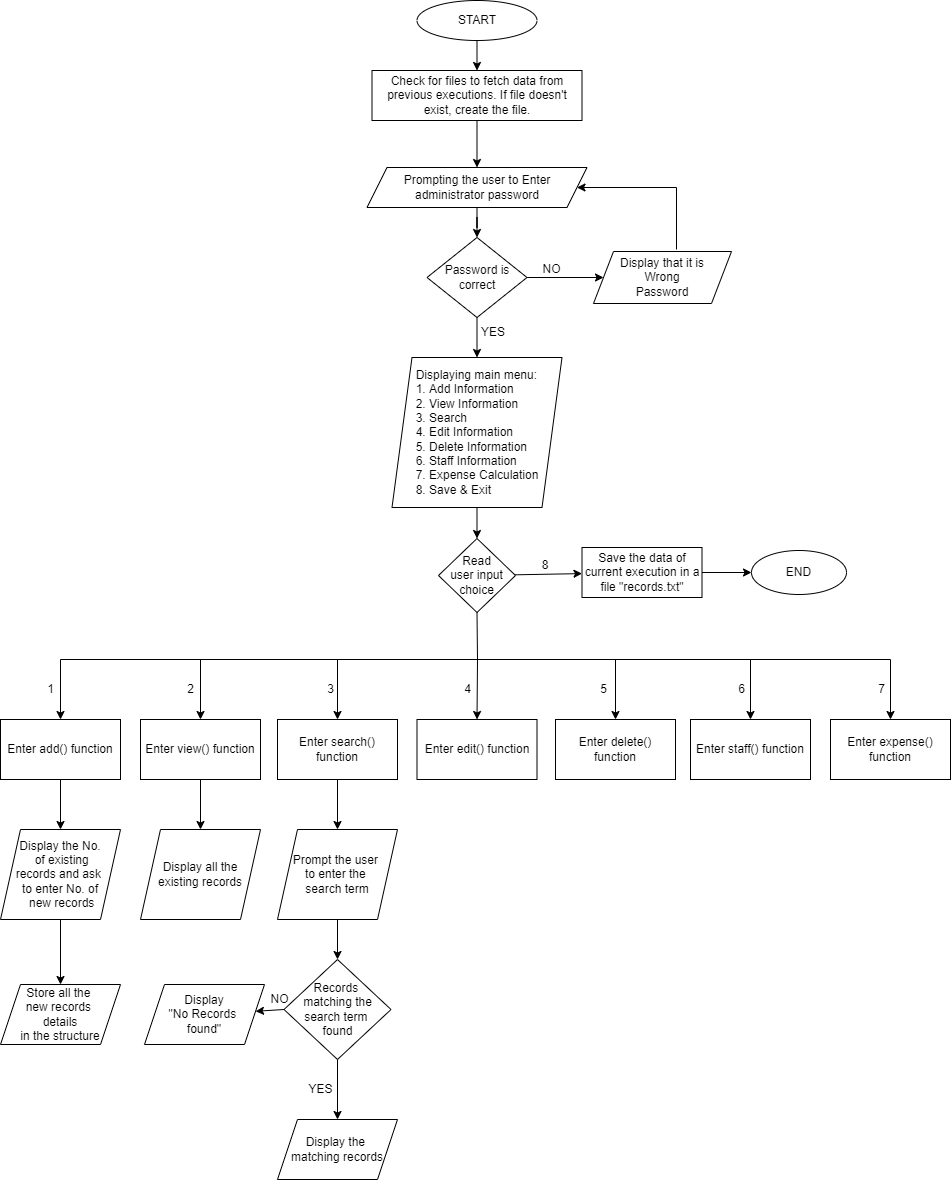
Above: Flowchart.png in adivishnu-a/Hospital-Management-System (draw.io), before the change. Source tidied: cells renumbered, new cells last; positions are measured from the earlier drawing's top-left corner, leaving out a move shared by most shapes.
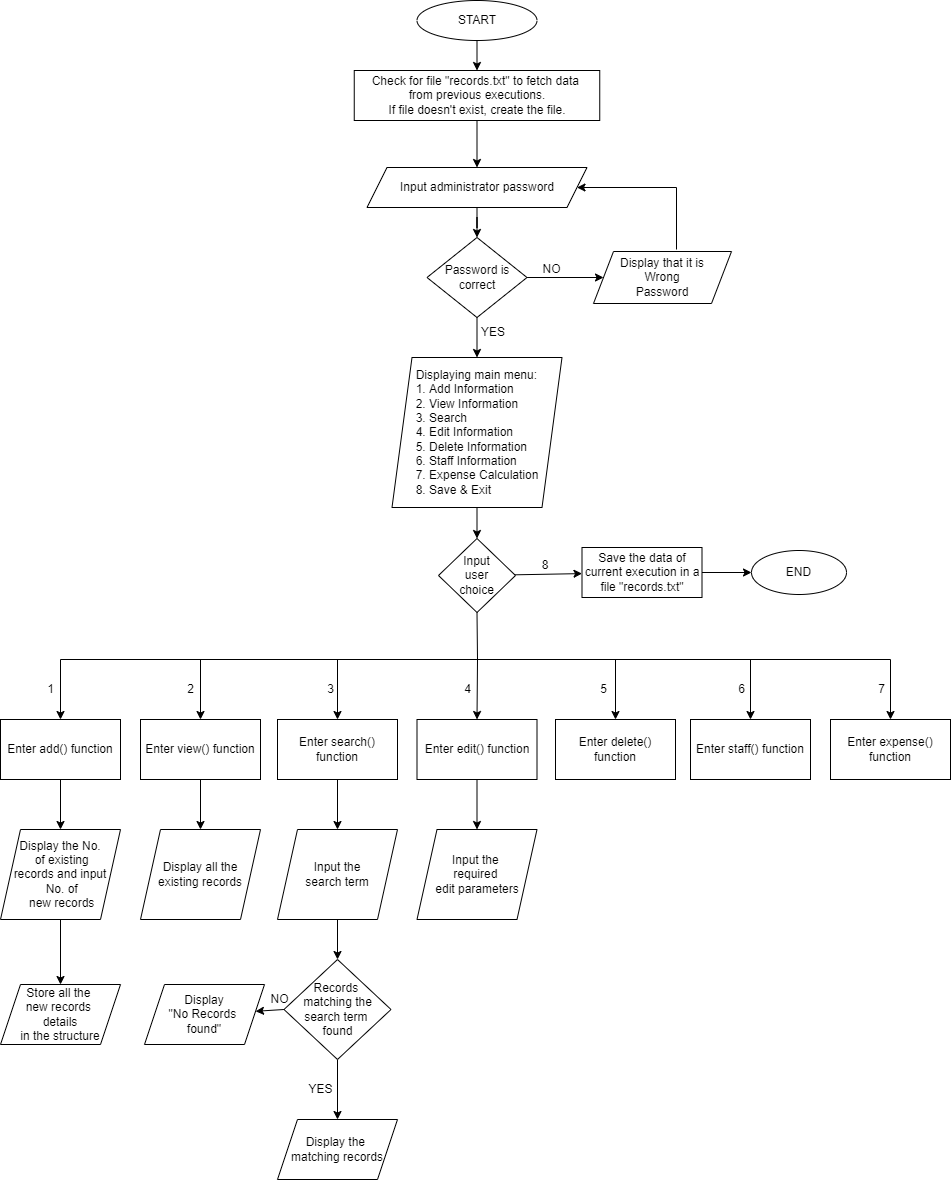
The same file after the commit.

Change to the diagram source:
```diff
@@ -11,7 +11,7 @@
     <mxCell id="4" style="edgeStyle=orthogonalEdgeStyle;rounded=0;jettySize=auto;html=1;" parent="1" edge="1" source="5" target="8">
       <mxGeometry relative="1" as="geometry" />
     </mxCell>
-    <mxCell id="5" value="Prompting the user to Enter administrator password" style="shape=parallelogram;perimeter=parallelogramPerimeter;whiteSpace=wrap;html=1;fixedSize=1;" parent="1" vertex="1">
+    <mxCell id="5" value="Input administrator password" style="shape=parallelogram;perimeter=parallelogramPerimeter;whiteSpace=wrap;html=1;fixedSize=1;" parent="1" vertex="1">
       <mxGeometry x="366.5" y="167" width="220" height="40" as="geometry" />
     </mxCell>
     <mxCell id="6" style="edgeStyle=orthogonalEdgeStyle;rounded=0;jettySize=auto;html=1;" parent="1" edge="1" source="8" target="10">
@@ -35,11 +35,11 @@
     <mxCell id="12" style="edgeStyle=none;rounded=0;jettySize=auto;html=1;" parent="1" edge="1" source="13" target="17">
       <mxGeometry relative="1" as="geometry" />
     </mxCell>
-    <mxCell id="13" value="Read&lt;br&gt;user input&lt;br&gt;choice" style="rhombus;whiteSpace=wrap;html=1;" parent="1" vertex="1">
+    <mxCell id="13" value="Input&lt;br&gt;user&lt;br&gt;choice" style="rhombus;whiteSpace=wrap;html=1;" parent="1" vertex="1">
       <mxGeometry x="438" y="538" width="77" height="74" as="geometry" />
     </mxCell>
-    <mxCell id="14" value="Check for files to fetch data from previous executions. If file doesn't exist, create the file." style="rounded=0;whiteSpace=wrap;html=1;" parent="1" vertex="1">
-      <mxGeometry x="371.5" y="70" width="210" height="50" as="geometry" />
+    <mxCell id="14" value="Check for file &quot;records.txt&quot; to fetch data &lt;br&gt;from previous executions.&lt;br&gt;If file doesn't exist, create the file." style="rounded=0;whiteSpace=wrap;html=1;" parent="1" vertex="1">
+      <mxGeometry x="353.8" y="70" width="245.5" height="50" as="geometry" />
     </mxCell>
     <mxCell id="15" style="endArrow=classic;html=1;rounded=0;exitX=0.5;exitY=1;exitDx=0;exitDy=0;" parent="1" edge="1" source="14" target="5">
       <mxGeometry relative="1" as="geometry" />
@@ -119,6 +119,9 @@
         <mxPoint x="477" y="659" as="sourcePoint" />
       </mxGeometry>
     </mxCell>
+    <mxCell id="62" style="edgeStyle=none;rounded=0;jettySize=auto;html=1;fontColor=#000000;" parent="1" edge="1" source="35" target="63">
+      <mxGeometry relative="1" as="geometry" />
+    </mxCell>
     <mxCell id="35" value="Enter edit() function" style="rounded=0;whiteSpace=wrap;html=1;" parent="1" vertex="1">
       <mxGeometry x="416.5" y="719" width="120" height="60" as="geometry" />
     </mxCell>
@@ -170,7 +173,7 @@
     <mxCell id="49" style="edgeStyle=none;rounded=0;jettySize=auto;html=1;fontColor=#3399FF;entryX=0.5;entryY=0;entryDx=0;entryDy=0;" parent="1" edge="1" source="50" target="59">
       <mxGeometry relative="1" as="geometry" />
     </mxCell>
-    <mxCell id="50" value="&lt;div&gt;&lt;span&gt;&amp;nbsp;Display the No. &lt;br&gt;&amp;nbsp; of existing &lt;br&gt;records and ask &lt;br&gt;to enter No. of&lt;br&gt;&amp;nbsp;new records&lt;/span&gt;&lt;/div&gt;" style="shape=parallelogram;perimeter=parallelogramPerimeter;whiteSpace=wrap;html=1;fixedSize=1;rounded=0;align=center;" parent="1" vertex="1">
+    <mxCell id="50" value="&lt;div&gt;&lt;span&gt;&amp;nbsp;Display the No. &lt;br&gt;&amp;nbsp; of existing &lt;br&gt;records and input&lt;br&gt;&amp;nbsp;No. of&lt;br&gt;&amp;nbsp;new records&lt;/span&gt;&lt;/div&gt;" style="shape=parallelogram;perimeter=parallelogramPerimeter;whiteSpace=wrap;html=1;fixedSize=1;rounded=0;align=center;" parent="1" vertex="1">
       <mxGeometry y="829" width="120" height="90" as="geometry" />
     </mxCell>
     <mxCell id="51" value="Display all the existing records" style="shape=parallelogram;perimeter=parallelogramPerimeter;whiteSpace=wrap;html=1;fixedSize=1;rounded=0;" parent="1" vertex="1">
@@ -179,7 +182,7 @@
     <mxCell id="52" style="edgeStyle=none;rounded=0;jettySize=auto;html=1;fontColor=#3399FF;" parent="1" edge="1" source="53" target="56">
       <mxGeometry relative="1" as="geometry" />
     </mxCell>
-    <mxCell id="53" value="Prompt the user &lt;br&gt;to enter the &lt;br&gt;search term" style="shape=parallelogram;perimeter=parallelogramPerimeter;whiteSpace=wrap;html=1;fixedSize=1;rounded=0;align=center;" parent="1" vertex="1">
+    <mxCell id="53" value="Input the&lt;br&gt;search term" style="shape=parallelogram;perimeter=parallelogramPerimeter;whiteSpace=wrap;html=1;fixedSize=1;rounded=0;align=center;" parent="1" vertex="1">
       <mxGeometry x="277" y="829" width="120" height="90" as="geometry" />
     </mxCell>
     <mxCell id="54" style="edgeStyle=none;rounded=0;jettySize=auto;html=1;fontColor=#3399FF;exitX=0;exitY=0.5;exitDx=0;exitDy=0;" parent="1" edge="1" source="56" target="57">
@@ -206,5 +209,8 @@
     <mxCell id="61" value="YES" style="text;html=1;align=center;verticalAlign=middle;strokeColor=none;fillColor=none;fontColor=#000000;" parent="1" vertex="1">
       <mxGeometry x="300" y="1079" width="40" height="20" as="geometry" />
     </mxCell>
+    <mxCell id="63" value="Input the &lt;br&gt;required &lt;br&gt;edit parameters" style="shape=parallelogram;perimeter=parallelogramPerimeter;whiteSpace=wrap;html=1;fixedSize=1;rounded=0;" parent="1" vertex="1">
+      <mxGeometry x="416.5" y="829" width="120" height="90" as="geometry" />
+    </mxCell>
   </root>
 </mxGraphModel>
```
